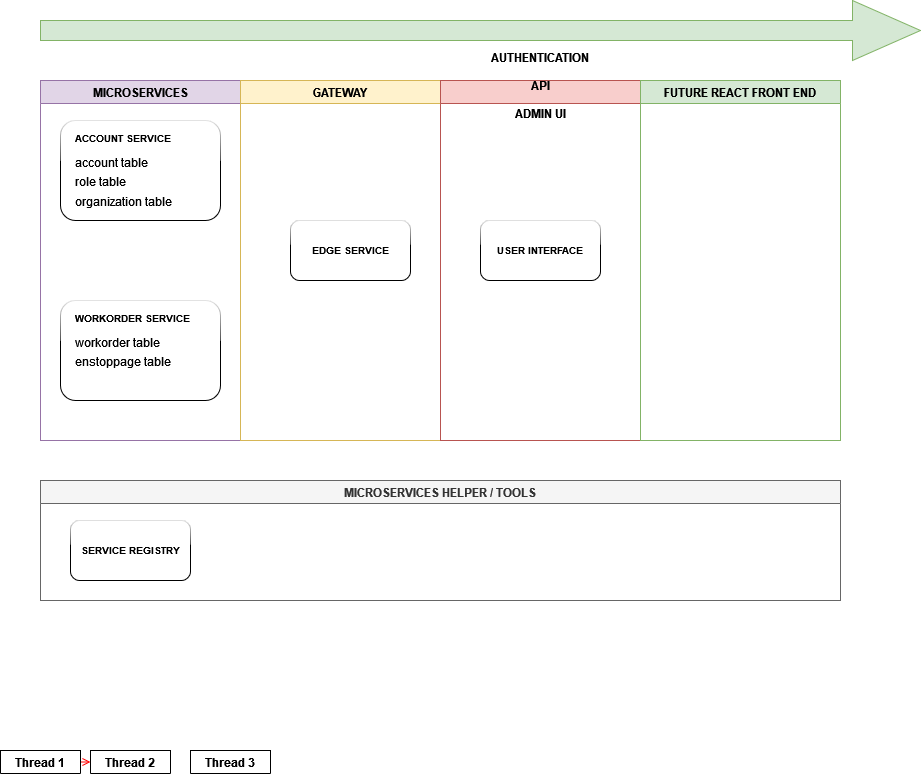
benkurama/microservice_iworks keeps this draw.io diagram as Untitled Diagram.drawio.png. Above is the earlier version. Source tidied: cells renumbered, new cells last; positions are measured from the earlier drawing's top-left corner, leaving out a move shared by most shapes.
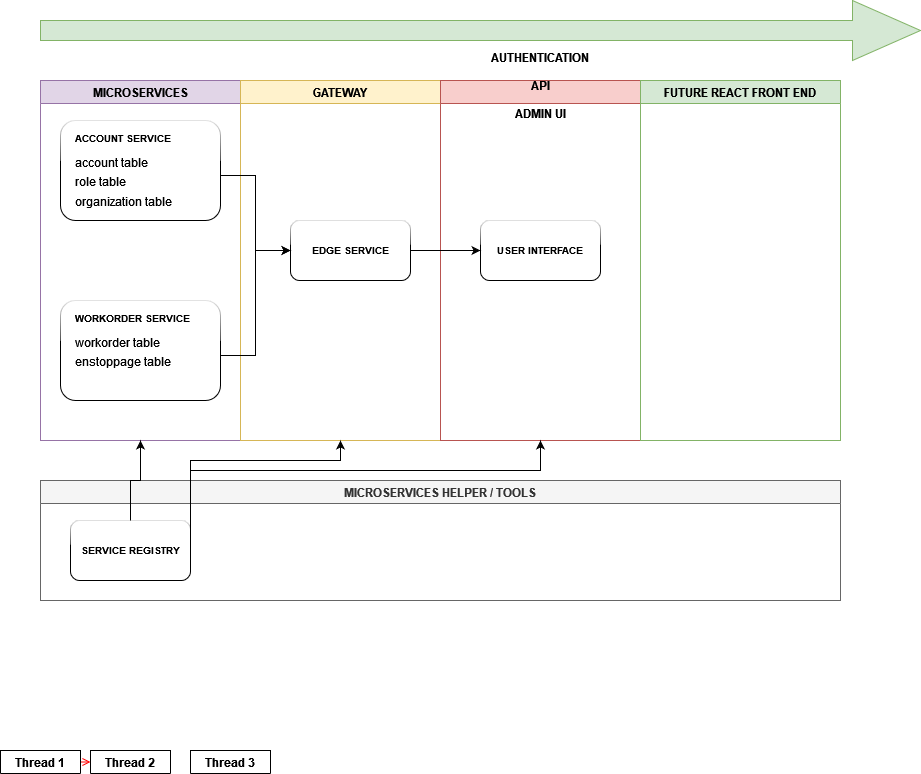
The same file after the commit.

Change to the diagram source:
```diff
@@ -56,5 +56,33 @@
     <mxCell id="19" value="&lt;b&gt;SERVICE REGISTRY&lt;/b&gt;" style="rounded=1;whiteSpace=wrap;html=1;shadow=0;glass=1;sketch=0;fontSize=10;" parent="18" vertex="1">
       <mxGeometry x="30" y="40" width="120" height="60" as="geometry" />
     </mxCell>
+    <mxCell id="20" style="edgeStyle=orthogonalEdgeStyle;rounded=0;jettySize=auto;html=1;exitX=1;exitY=0.5;exitDx=0;exitDy=0;entryX=0;entryY=0.5;entryDx=0;entryDy=0;fontSize=10;" parent="1" edge="1" source="8" target="14">
+      <mxGeometry relative="1" as="geometry" />
+    </mxCell>
+    <mxCell id="21" style="edgeStyle=orthogonalEdgeStyle;rounded=0;jettySize=auto;html=1;exitX=1;exitY=0.5;exitDx=0;exitDy=0;entryX=0;entryY=0.5;entryDx=0;entryDy=0;fontSize=10;" parent="1" edge="1" source="11" target="14">
+      <mxGeometry relative="1" as="geometry" />
+    </mxCell>
+    <mxCell id="22" style="edgeStyle=orthogonalEdgeStyle;rounded=0;jettySize=auto;html=1;exitX=1;exitY=0.5;exitDx=0;exitDy=0;fontSize=10;" parent="1" edge="1" source="14" target="16">
+      <mxGeometry relative="1" as="geometry" />
+    </mxCell>
+    <mxCell id="23" style="edgeStyle=orthogonalEdgeStyle;rounded=0;jettySize=auto;html=1;exitX=0.5;exitY=0;exitDx=0;exitDy=0;entryX=0.5;entryY=1;entryDx=0;entryDy=0;fontSize=10;" parent="1" edge="1" source="19" target="5">
+      <mxGeometry relative="1" as="geometry" />
+    </mxCell>
+    <mxCell id="24" style="edgeStyle=orthogonalEdgeStyle;rounded=0;jettySize=auto;html=1;exitX=1;exitY=0.5;exitDx=0;exitDy=0;entryX=0.5;entryY=1;entryDx=0;entryDy=0;fontSize=10;" parent="1" edge="1" source="19" target="13">
+      <mxGeometry relative="1" as="geometry">
+        <Array as="points">
+          <mxPoint x="190" y="460" />
+          <mxPoint x="340" y="460" />
+        </Array>
+      </mxGeometry>
+    </mxCell>
+    <mxCell id="25" style="edgeStyle=orthogonalEdgeStyle;rounded=0;jettySize=auto;html=1;exitX=1;exitY=0.5;exitDx=0;exitDy=0;entryX=0.5;entryY=1;entryDx=0;entryDy=0;fontSize=10;" parent="1" edge="1" source="19" target="15">
+      <mxGeometry relative="1" as="geometry">
+        <Array as="points">
+          <mxPoint x="190" y="470" />
+          <mxPoint x="540" y="470" />
+        </Array>
+      </mxGeometry>
+    </mxCell>
   </root>
 </mxGraphModel>
```
